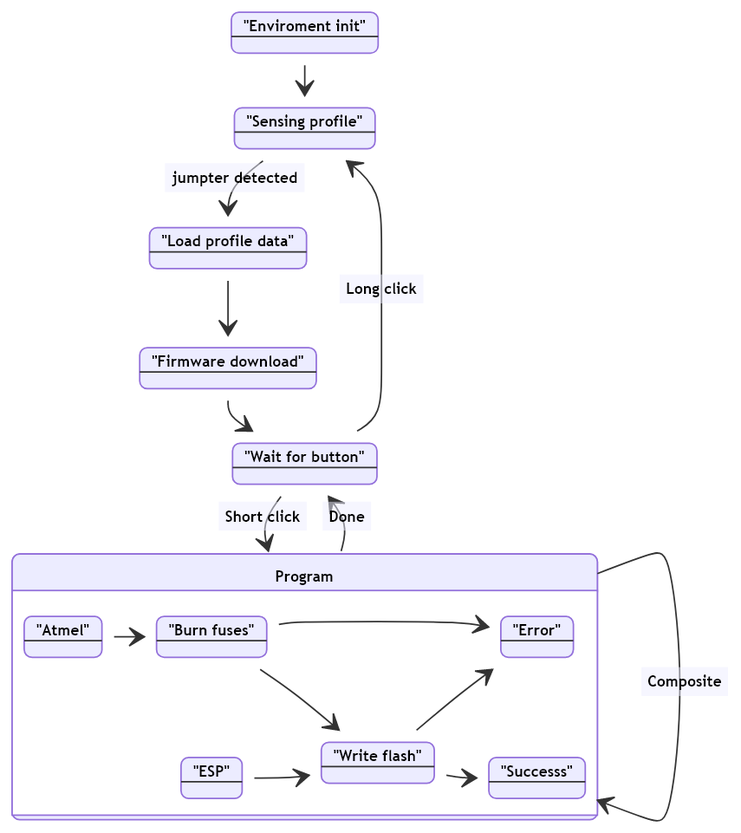
This is docs/states.png from rbenamotz/LEMPA, a Mermaid export, as it was before one commit. Its source is kept beside it as docs/states.mmd.
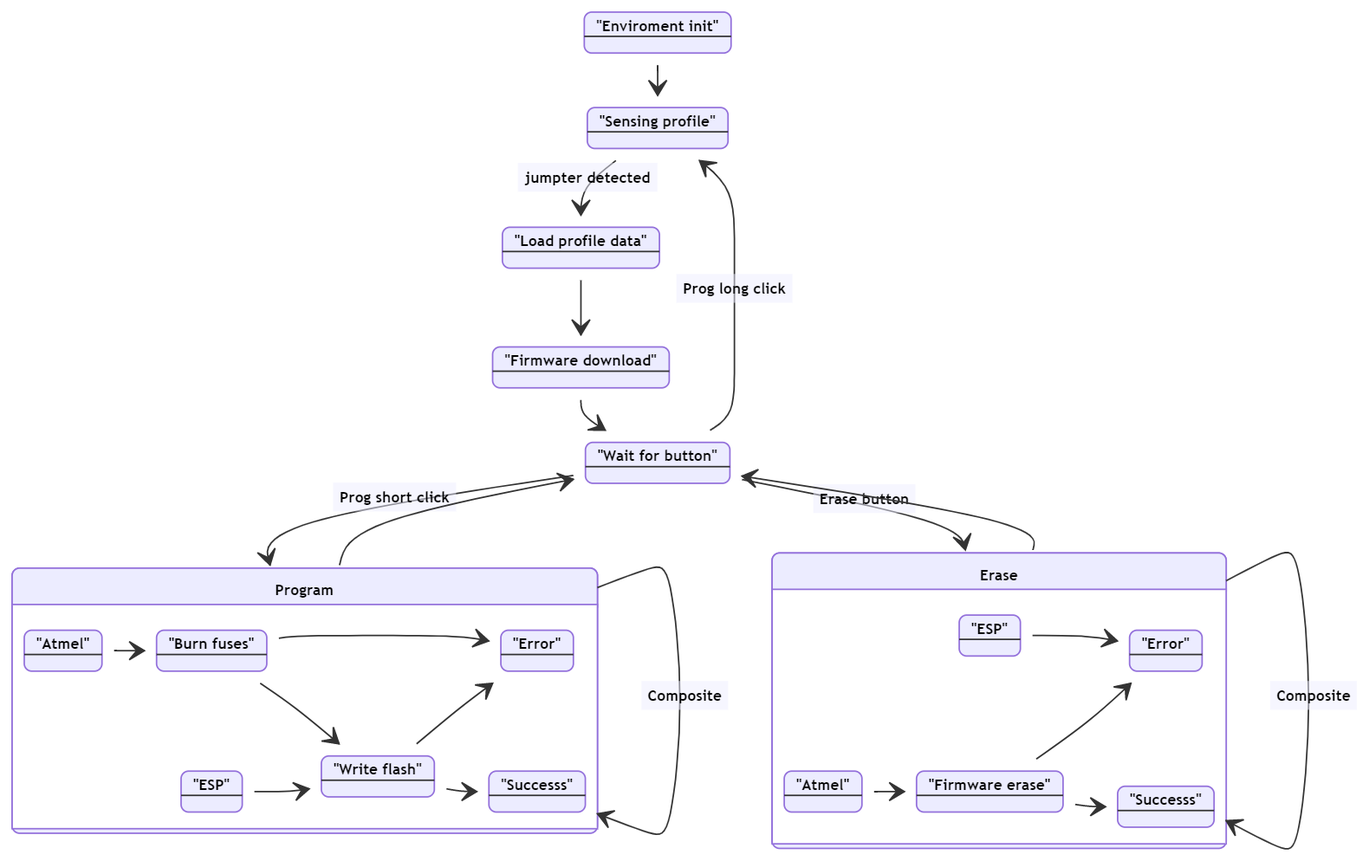
The same diagram one commit later.

What changed in the source:
```diff
@@ -20,13 +20,28 @@
         success
         error
     }
+    state Erase  {
+        esp: "ESP"
+        atmel: "Atmel"
+        esp --> error
+        atmel --> erase
+        erase : "Firmware erase"
+        success: "Successs"
+        error: "Error"
+        erase --> success
+        erase --> error
+        success
+        error
+    }
 
 
     init --> profile_sense
     profile_sense --> profile_load: jumpter detected
     profile_load --> download
     download --> button
-    button --> Program: Short click
-    button --> profile_sense: Long click
+    button --> Program: Prog short click
+    button --> profile_sense: Prog long click
+    button --> Erase: Erase  button
+    Erase --> Erase: Composite
     Program --> button: Done
     Program --> Program: Composite
```
